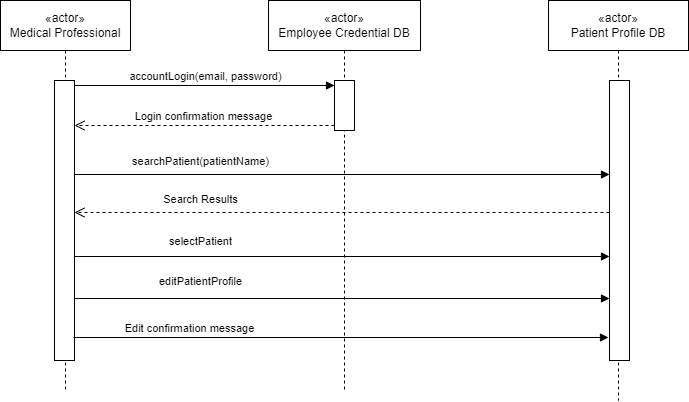
Above: Milestone-2/Sequence-Diagrams/UC6 Sequence Diagram.png in uvic-teach/project-m1-team10 (draw.io), before the change. Source tidied: cells renumbered, new cells last; positions are measured from the earlier drawing's top-left corner, leaving out a move shared by most shapes. The source it was exported from:
```xml
<mxGraphModel>
  <root>
    <mxCell id="0" />
    <mxCell id="1" parent="0" />
    <mxCell id="2" value="«actor»&lt;br&gt;Medical Professional" style="shape=umlLifeline;perimeter=lifelinePerimeter;whiteSpace=wrap;html=1;newEdgeStyle={&quot;curved&quot;:0,&quot;rounded&quot;:0};size=50;" parent="1" vertex="1">
      <mxGeometry width="130" height="390" as="geometry" />
    </mxCell>
    <mxCell id="3" style="html=1;points=[[0,0,0,0,5],[0,1,0,0,-5],[1,0,0,0,5],[1,1,0,0,-5]];perimeter=orthogonalPerimeter;outlineConnect=0;targetShapes=umlLifeline;portConstraint=eastwest;newEdgeStyle={&quot;curved&quot;:0,&quot;rounded&quot;:0};" parent="2" vertex="1">
      <mxGeometry x="54" y="80" width="20" height="280" as="geometry" />
    </mxCell>
    <mxCell id="4" value="«actor»&lt;br&gt;Employee Credential DB" style="shape=umlLifeline;perimeter=lifelinePerimeter;whiteSpace=wrap;html=1;newEdgeStyle={&quot;curved&quot;:0,&quot;rounded&quot;:0};size=50;" parent="1" vertex="1">
      <mxGeometry x="268" width="152" height="390" as="geometry" />
    </mxCell>
    <mxCell id="5" style="html=1;points=[[0,0,0,0,5],[0,1,0,0,-5],[1,0,0,0,5],[1,1,0,0,-5]];perimeter=orthogonalPerimeter;outlineConnect=0;targetShapes=umlLifeline;portConstraint=eastwest;newEdgeStyle={&quot;curved&quot;:0,&quot;rounded&quot;:0};" parent="4" vertex="1">
      <mxGeometry x="66" y="80" width="20" height="50" as="geometry" />
    </mxCell>
    <mxCell id="6" value="accountLogin(email, password)" style="html=1;verticalAlign=bottom;endArrow=block;curved=0;rounded=0;exitX=1;exitY=0;exitDx=0;exitDy=5;exitPerimeter=0;entryX=0;entryY=0;entryDx=0;entryDy=5;entryPerimeter=0;" parent="1" edge="1" source="3" target="5">
      <mxGeometry relative="1" as="geometry" />
    </mxCell>
    <mxCell id="7" value="Login confirmation message" style="html=1;verticalAlign=bottom;endArrow=open;dashed=1;endSize=8;curved=0;rounded=0;exitX=0;exitY=1;exitDx=0;exitDy=-5;exitPerimeter=0;" parent="1" edge="1" source="5" target="3">
      <mxGeometry relative="1" as="geometry" />
    </mxCell>
    <mxCell id="8" value="«actor»&lt;br&gt;Patient Profile DB" style="shape=umlLifeline;perimeter=lifelinePerimeter;whiteSpace=wrap;html=1;newEdgeStyle={&quot;curved&quot;:0,&quot;rounded&quot;:0};size=50;" parent="1" vertex="1">
      <mxGeometry x="548" width="140" height="400" as="geometry" />
    </mxCell>
    <mxCell id="9" style="html=1;points=[[0,0,0,0,5],[0,1,0,0,-5],[1,0,0,0,5],[1,1,0,0,-5]];perimeter=orthogonalPerimeter;outlineConnect=0;targetShapes=umlLifeline;portConstraint=eastwest;newEdgeStyle={&quot;curved&quot;:0,&quot;rounded&quot;:0};" parent="8" vertex="1">
      <mxGeometry x="61" y="80" width="20" height="280" as="geometry" />
    </mxCell>
    <mxCell id="10" value="searchPatient(patientName)" style="html=1;verticalAlign=bottom;endArrow=block;curved=0;rounded=0;" parent="1" edge="1" target="9">
      <mxGeometry x="-0.53" y="4" relative="1" as="geometry">
        <mxPoint x="74" y="174" as="sourcePoint" />
      </mxGeometry>
    </mxCell>
    <mxCell id="11" value="Search Results" style="html=1;verticalAlign=bottom;endArrow=open;dashed=1;endSize=8;curved=0;rounded=0;" parent="1" edge="1">
      <mxGeometry x="0.53" y="-4" relative="1" as="geometry">
        <mxPoint x="609" y="212" as="sourcePoint" />
        <mxPoint x="74" y="212" as="targetPoint" />
      </mxGeometry>
    </mxCell>
    <mxCell id="12" value="selectPatient" style="html=1;verticalAlign=bottom;endArrow=block;curved=0;rounded=0;" parent="1" edge="1">
      <mxGeometry x="-0.53" y="6" relative="1" as="geometry">
        <mxPoint x="74" y="256" as="sourcePoint" />
        <mxPoint x="609" y="256" as="targetPoint" />
      </mxGeometry>
    </mxCell>
    <mxCell id="13" value="editPatientProfile" style="html=1;verticalAlign=bottom;endArrow=block;curved=0;rounded=0;" parent="1" edge="1">
      <mxGeometry x="-0.53" y="8" relative="1" as="geometry">
        <mxPoint x="74" y="298" as="sourcePoint" />
        <mxPoint x="609" y="298" as="targetPoint" />
      </mxGeometry>
    </mxCell>
    <mxCell id="14" value="Edit confirmation message" style="html=1;verticalAlign=bottom;endArrow=block;curved=0;rounded=0;" parent="1" edge="1">
      <mxGeometry x="-0.56" relative="1" as="geometry">
        <mxPoint x="73" y="337" as="sourcePoint" />
        <mxPoint x="608" y="337" as="targetPoint" />
      </mxGeometry>
    </mxCell>
  </root>
</mxGraphModel>
```
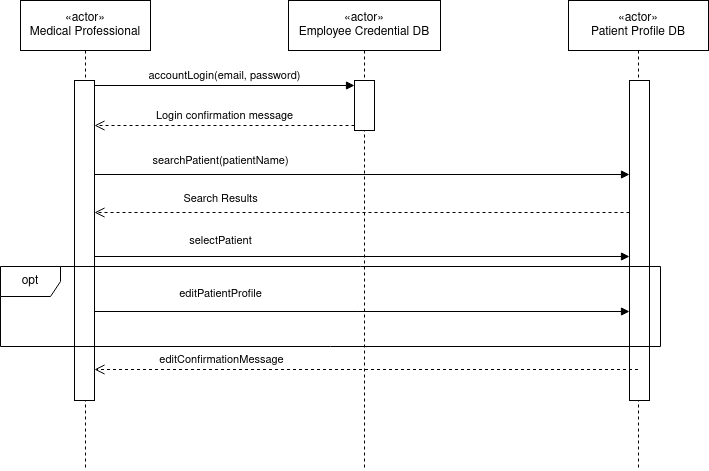
Above is the later version.

What changed in the source:
```diff
@@ -3,13 +3,13 @@
     <mxCell id="0" />
     <mxCell id="1" parent="0" />
     <mxCell id="2" value="«actor»&lt;br&gt;Medical Professional" style="shape=umlLifeline;perimeter=lifelinePerimeter;whiteSpace=wrap;html=1;newEdgeStyle={&quot;curved&quot;:0,&quot;rounded&quot;:0};size=50;" parent="1" vertex="1">
-      <mxGeometry width="130" height="390" as="geometry" />
+      <mxGeometry width="130" height="470" as="geometry" />
     </mxCell>
     <mxCell id="3" style="html=1;points=[[0,0,0,0,5],[0,1,0,0,-5],[1,0,0,0,5],[1,1,0,0,-5]];perimeter=orthogonalPerimeter;outlineConnect=0;targetShapes=umlLifeline;portConstraint=eastwest;newEdgeStyle={&quot;curved&quot;:0,&quot;rounded&quot;:0};" parent="2" vertex="1">
-      <mxGeometry x="54" y="80" width="20" height="280" as="geometry" />
+      <mxGeometry x="54" y="80" width="20" height="320" as="geometry" />
     </mxCell>
     <mxCell id="4" value="«actor»&lt;br&gt;Employee Credential DB" style="shape=umlLifeline;perimeter=lifelinePerimeter;whiteSpace=wrap;html=1;newEdgeStyle={&quot;curved&quot;:0,&quot;rounded&quot;:0};size=50;" parent="1" vertex="1">
-      <mxGeometry x="268" width="152" height="390" as="geometry" />
+      <mxGeometry x="268" width="152" height="470" as="geometry" />
     </mxCell>
     <mxCell id="5" style="html=1;points=[[0,0,0,0,5],[0,1,0,0,-5],[1,0,0,0,5],[1,1,0,0,-5]];perimeter=orthogonalPerimeter;outlineConnect=0;targetShapes=umlLifeline;portConstraint=eastwest;newEdgeStyle={&quot;curved&quot;:0,&quot;rounded&quot;:0};" parent="4" vertex="1">
       <mxGeometry x="66" y="80" width="20" height="50" as="geometry" />
@@ -21,10 +21,10 @@
       <mxGeometry relative="1" as="geometry" />
     </mxCell>
     <mxCell id="8" value="«actor»&lt;br&gt;Patient Profile DB" style="shape=umlLifeline;perimeter=lifelinePerimeter;whiteSpace=wrap;html=1;newEdgeStyle={&quot;curved&quot;:0,&quot;rounded&quot;:0};size=50;" parent="1" vertex="1">
-      <mxGeometry x="548" width="140" height="400" as="geometry" />
+      <mxGeometry x="548" width="140" height="470" as="geometry" />
     </mxCell>
     <mxCell id="9" style="html=1;points=[[0,0,0,0,5],[0,1,0,0,-5],[1,0,0,0,5],[1,1,0,0,-5]];perimeter=orthogonalPerimeter;outlineConnect=0;targetShapes=umlLifeline;portConstraint=eastwest;newEdgeStyle={&quot;curved&quot;:0,&quot;rounded&quot;:0};" parent="8" vertex="1">
-      <mxGeometry x="61" y="80" width="20" height="280" as="geometry" />
+      <mxGeometry x="61" y="80" width="20" height="320" as="geometry" />
     </mxCell>
     <mxCell id="10" value="searchPatient(patientName)" style="html=1;verticalAlign=bottom;endArrow=block;curved=0;rounded=0;" parent="1" edge="1" target="9">
       <mxGeometry x="-0.53" y="4" relative="1" as="geometry">
@@ -45,15 +45,18 @@
     </mxCell>
     <mxCell id="13" value="editPatientProfile" style="html=1;verticalAlign=bottom;endArrow=block;curved=0;rounded=0;" parent="1" edge="1">
       <mxGeometry x="-0.53" y="8" relative="1" as="geometry">
-        <mxPoint x="74" y="298" as="sourcePoint" />
-        <mxPoint x="609" y="298" as="targetPoint" />
+        <mxPoint x="74" y="311" as="sourcePoint" />
+        <mxPoint x="609" y="311" as="targetPoint" />
       </mxGeometry>
     </mxCell>
-    <mxCell id="14" value="Edit confirmation message" style="html=1;verticalAlign=bottom;endArrow=block;curved=0;rounded=0;" parent="1" edge="1">
-      <mxGeometry x="-0.56" relative="1" as="geometry">
-        <mxPoint x="73" y="337" as="sourcePoint" />
-        <mxPoint x="608" y="337" as="targetPoint" />
-      </mxGeometry>
-    </mxCell>
+    <mxCell id="15" value="editConfirmationMessage" style="html=1;verticalAlign=bottom;endArrow=open;dashed=1;endSize=8;curved=0;rounded=0;" parent="1" edge="1">
+      <mxGeometry x="0.54" relative="1" as="geometry">
+        <mxPoint x="617.5" y="369" as="sourcePoint" />
+        <mxPoint x="74" y="369" as="targetPoint" />
+      </mxGeometry>
+    </mxCell>
+    <mxCell id="16" value="opt" style="shape=umlFrame;whiteSpace=wrap;html=1;" parent="1" vertex="1">
+      <mxGeometry x="-20" y="266" width="660" height="80" as="geometry" />
+    </mxCell>
   </root>
 </mxGraphModel>
```
